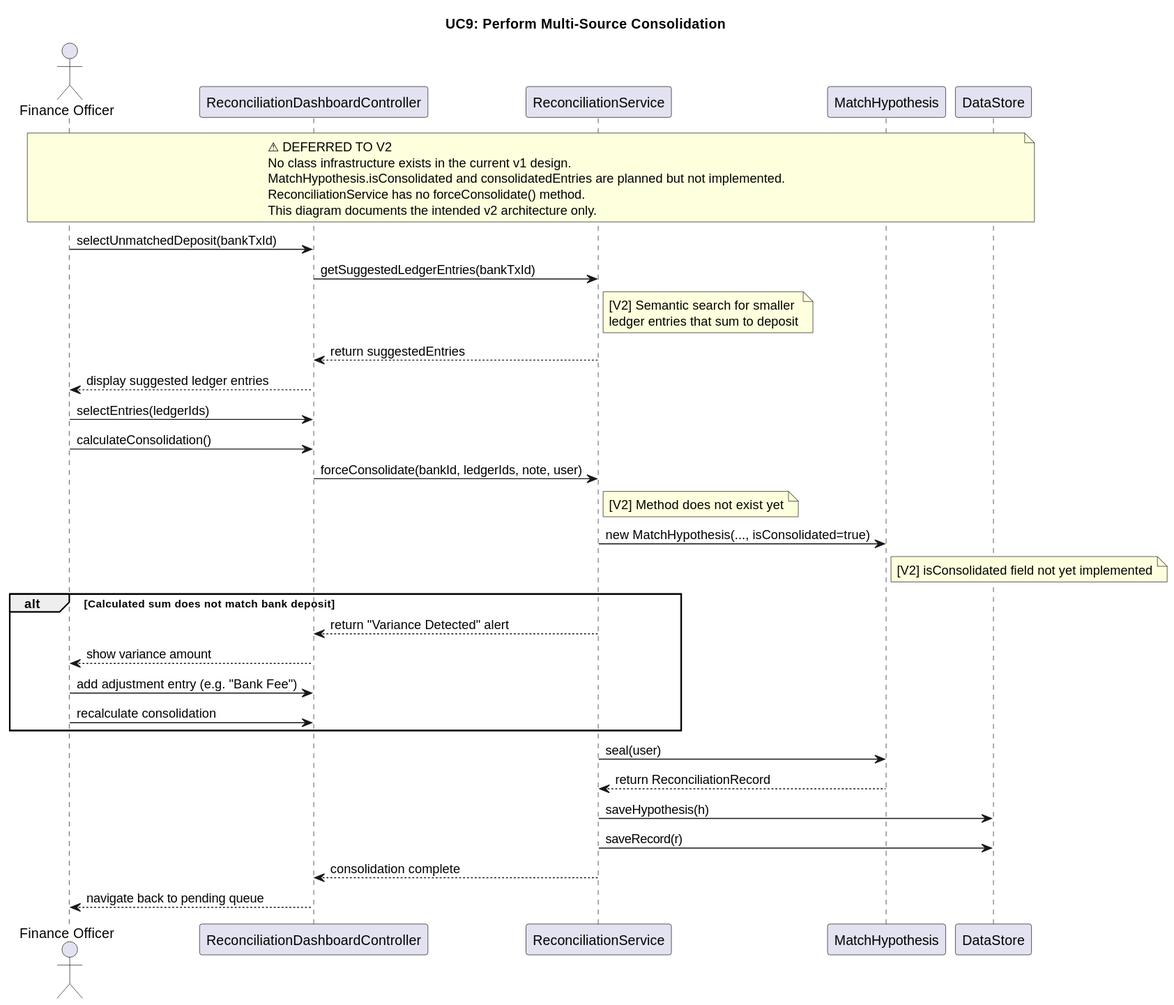
Above: docs/Sequence Diagrams/UC9_PerformMultiSourceConsolidation.svg in rayyan-41/AVAL-AI-Reconciliation-Engine (PlantUML), before the change. Source of this version:
```plantuml
@startuml
title UC9: Perform Multi-Source Consolidation

note across
  ⚠ DEFERRED TO V2
  No class infrastructure exists in the current v1 design.
  MatchHypothesis.isConsolidated and consolidatedEntries are planned but not implemented.
  ReconciliationService has no forceConsolidate() method.
  This diagram documents the intended v2 architecture only.
end note

actor "Finance Officer" as FO
participant "ReconciliationDashboardController" as RDC
participant "ReconciliationService" as RS
participant "MatchHypothesis" as MH
participant "DataStore" as DS

FO -> RDC : selectUnmatchedDeposit(bankTxId)

RDC -> RS : getSuggestedLedgerEntries(bankTxId)
note right of RS : [V2] Semantic search for smaller\nledger entries that sum to deposit
RS --> RDC : return suggestedEntries

RDC --> FO : display suggested ledger entries

FO -> RDC : selectEntries(ledgerIds)
FO -> RDC : calculateConsolidation()
RDC -> RS : forceConsolidate(bankId, ledgerIds, note, user)
note right of RS : [V2] Method does not exist yet

RS -> MH : new MatchHypothesis(..., isConsolidated=true)
note right of MH : [V2] isConsolidated field not yet implemented

alt Calculated sum does not match bank deposit
    RS --> RDC : return "Variance Detected" alert
    RDC --> FO : show variance amount
    FO -> RDC : add adjustment entry (e.g. "Bank Fee")
    FO -> RDC : recalculate consolidation
end

RS -> MH : seal(user)
MH --> RS : return ReconciliationRecord

RS -> DS : saveHypothesis(h)
RS -> DS : saveRecord(r)

RS --> RDC : consolidation complete
RDC --> FO : navigate back to pending queue
@enduml
```
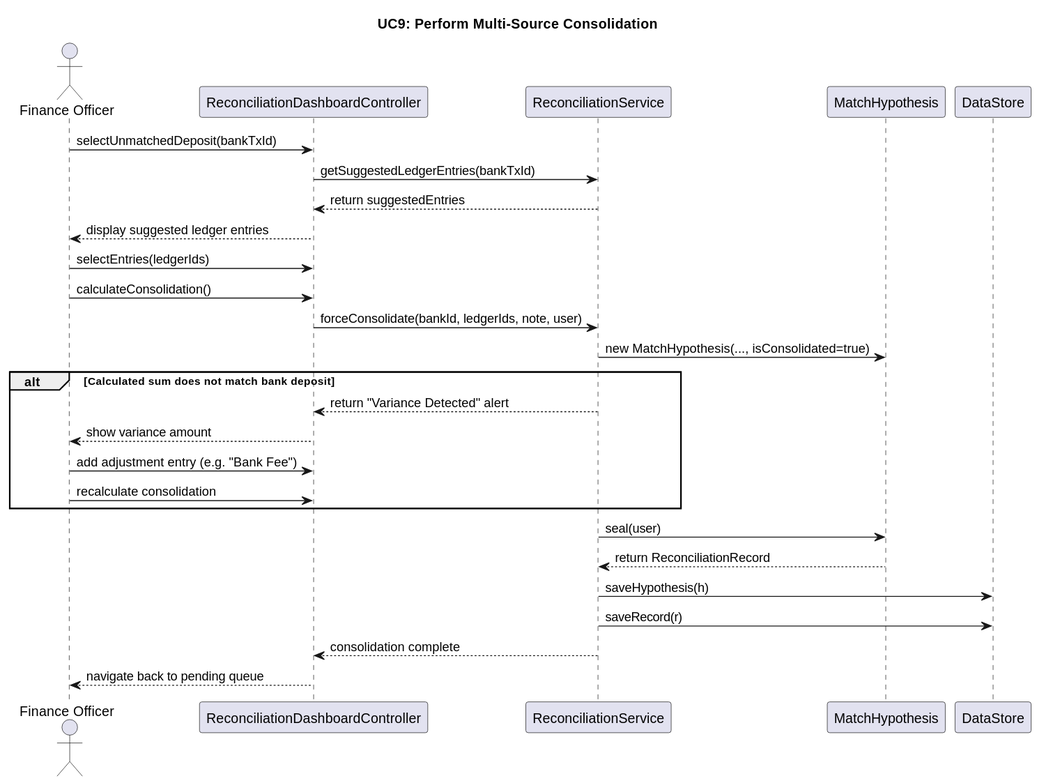
After the commit.

What changed in the source:
```diff
@@ -1,13 +1,5 @@
 @startuml
 title UC9: Perform Multi-Source Consolidation
-
-note across
-  ⚠ DEFERRED TO V2
-  No class infrastructure exists in the current v1 design.
-  MatchHypothesis.isConsolidated and consolidatedEntries are planned but not implemented.
-  ReconciliationService has no forceConsolidate() method.
-  This diagram documents the intended v2 architecture only.
-end note
 
 actor "Finance Officer" as FO
 participant "ReconciliationDashboardController" as RDC
@@ -18,7 +10,6 @@
 FO -> RDC : selectUnmatchedDeposit(bankTxId)
 
 RDC -> RS : getSuggestedLedgerEntries(bankTxId)
-note right of RS : [V2] Semantic search for smaller\nledger entries that sum to deposit
 RS --> RDC : return suggestedEntries
 
 RDC --> FO : display suggested ledger entries
@@ -26,10 +17,8 @@
 FO -> RDC : selectEntries(ledgerIds)
 FO -> RDC : calculateConsolidation()
 RDC -> RS : forceConsolidate(bankId, ledgerIds, note, user)
-note right of RS : [V2] Method does not exist yet
 
 RS -> MH : new MatchHypothesis(..., isConsolidated=true)
-note right of MH : [V2] isConsolidated field not yet implemented
 
 alt Calculated sum does not match bank deposit
     RS --> RDC : return "Variance Detected" alert
```
